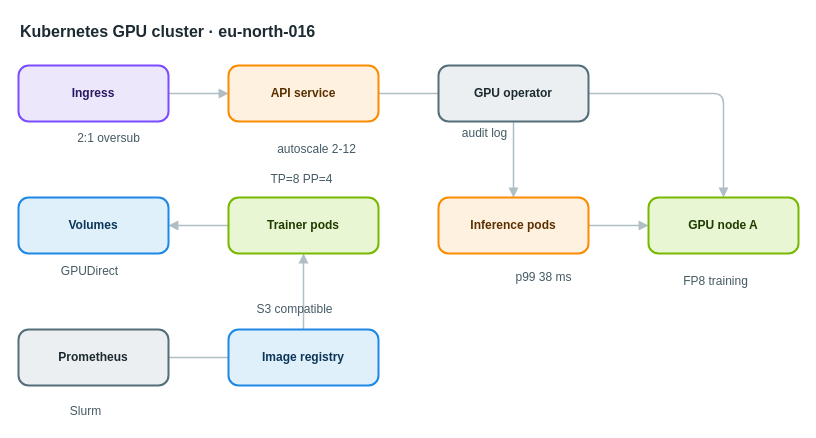
AryanG01/open-apprentice keeps this draw.io diagram as apps/web/public/samples/library/016-kubernetes-gpu-cluster.drawio. Above is the earlier version. Source tidied: cells renumbered, new cells numbered last; positions are measured from the earlier drawing's top-left corner, leaving out a move shared by most shapes. Both pictures are drawn from the tidied source at 100%, with x=0, y=0 at pixel (18, 17).
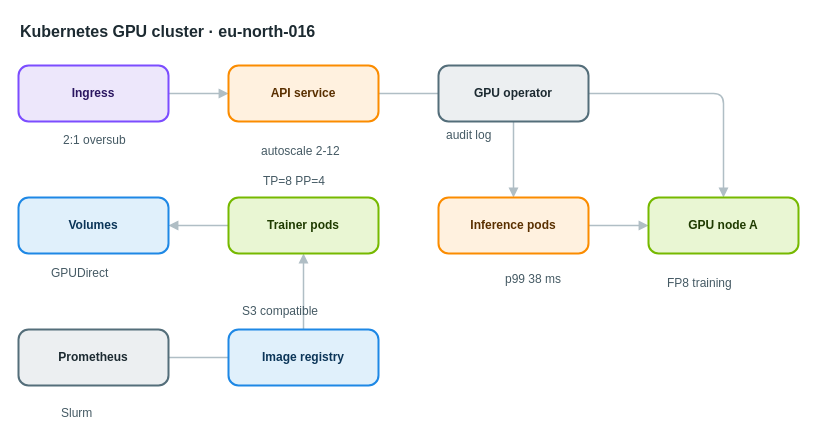
After the change.

Diff of the diagram source:
```diff
@@
-    <mxCell id="18" value="2:1 oversub" style="text;html=1;align=center;verticalAlign=middle;whiteSpace=nowrap;strokeColor=none;fillColor=none;fontSize=12;fontColor=#455a64;" parent="1" vertex="1">
+    <mxCell id="18" value="2:1 oversub" style="text;html=1;align=left;verticalAlign=top;whiteSpace=nowrap;spacing=0;spacingTop=0;strokeColor=none;fillColor=none;fontSize=12;fontColor=#455a64;" parent="1" vertex="1">
       <mxGeometry x="45" y="111" width="89" height="20" as="geometry" />
     </mxCell>
-    <mxCell id="19" value="autoscale 2-12" style="text;html=1;align=center;verticalAlign=middle;whiteSpace=nowrap;strokeColor=none;fillColor=none;fontSize=12;fontColor=#455a64;" parent="1" vertex="1">
+    <mxCell id="19" value="autoscale 2-12" style="text;html=1;align=left;verticalAlign=top;whiteSpace=nowrap;spacing=0;spacingTop=0;strokeColor=none;fillColor=none;fontSize=12;fontColor=#455a64;" parent="1" vertex="1">
       <mxGeometry x="243" y="122" width="110" height="20" as="geometry" />
     </mxCell>
-    <mxCell id="20" value="audit log" style="text;html=1;align=center;verticalAlign=middle;whiteSpace=nowrap;strokeColor=none;fillColor=none;fontSize=12;fontColor=#455a64;" parent="1" vertex="1">
+    <mxCell id="20" value="audit log" style="text;html=1;align=left;verticalAlign=top;whiteSpace=nowrap;spacing=0;spacingTop=0;strokeColor=none;fillColor=none;fontSize=12;fontColor=#455a64;" parent="1" vertex="1">
       <mxGeometry x="428" y="106" width="75" height="20" as="geometry" />
     </mxCell>
-    <mxCell id="21" value="TP=8 PP=4" style="text;html=1;align=center;verticalAlign=middle;whiteSpace=nowrap;strokeColor=none;fillColor=none;fontSize=12;fontColor=#455a64;" parent="1" vertex="1">
+    <mxCell id="21" value="TP=8 PP=4" style="text;html=1;align=left;verticalAlign=top;whiteSpace=nowrap;spacing=0;spacingTop=0;strokeColor=none;fillColor=none;fontSize=12;fontColor=#455a64;" parent="1" vertex="1">
       <mxGeometry x="245" y="152" width="75" height="20" as="geometry" />
     </mxCell>
-    <mxCell id="22" value="p99 38 ms" style="text;html=1;align=center;verticalAlign=middle;whiteSpace=nowrap;strokeColor=none;fillColor=none;fontSize=12;fontColor=#455a64;" parent="1" vertex="1">
+    <mxCell id="22" value="p99 38 ms" style="text;html=1;align=left;verticalAlign=top;whiteSpace=nowrap;spacing=0;spacingTop=0;strokeColor=none;fillColor=none;fontSize=12;fontColor=#455a64;" parent="1" vertex="1">
       <mxGeometry x="487" y="250" width="75" height="20" as="geometry" />
     </mxCell>
-    <mxCell id="23" value="FP8 training" style="text;html=1;align=center;verticalAlign=middle;whiteSpace=nowrap;strokeColor=none;fillColor=none;fontSize=12;fontColor=#455a64;" parent="1" vertex="1">
+    <mxCell id="23" value="FP8 training" style="text;html=1;align=left;verticalAlign=top;whiteSpace=nowrap;spacing=0;spacingTop=0;strokeColor=none;fillColor=none;fontSize=12;fontColor=#455a64;" parent="1" vertex="1">
       <mxGeometry x="649" y="254" width="96" height="20" as="geometry" />
     </mxCell>
-    <mxCell id="24" value="GPUDirect" style="text;html=1;align=center;verticalAlign=middle;whiteSpace=nowrap;strokeColor=none;fillColor=none;fontSize=12;fontColor=#455a64;" parent="1" vertex="1">
+    <mxCell id="24" value="GPUDirect" style="text;html=1;align=left;verticalAlign=top;whiteSpace=nowrap;spacing=0;spacingTop=0;strokeColor=none;fillColor=none;fontSize=12;fontColor=#455a64;" parent="1" vertex="1">
       <mxGeometry x="33" y="244" width="75" height="20" as="geometry" />
     </mxCell>
-    <mxCell id="25" value="Slurm" style="text;html=1;align=center;verticalAlign=middle;whiteSpace=nowrap;strokeColor=none;fillColor=none;fontSize=12;fontColor=#455a64;" parent="1" vertex="1">
+    <mxCell id="25" value="Slurm" style="text;html=1;align=left;verticalAlign=top;whiteSpace=nowrap;spacing=0;spacingTop=0;strokeColor=none;fillColor=none;fontSize=12;fontColor=#455a64;" parent="1" vertex="1">
       <mxGeometry x="43" y="384" width="47" height="20" as="geometry" />
     </mxCell>
-    <mxCell id="26" value="S3 compatible" style="text;html=1;align=center;verticalAlign=middle;whiteSpace=nowrap;strokeColor=none;fillColor=none;fontSize=12;fontColor=#455a64;" parent="1" vertex="1">
+    <mxCell id="26" value="S3 compatible" style="text;html=1;align=left;verticalAlign=top;whiteSpace=nowrap;spacing=0;spacingTop=0;strokeColor=none;fillColor=none;fontSize=12;fontColor=#455a64;" parent="1" vertex="1">
       <mxGeometry x="224" y="282" width="103" height="20" as="geometry" />
     </mxCell>
```
